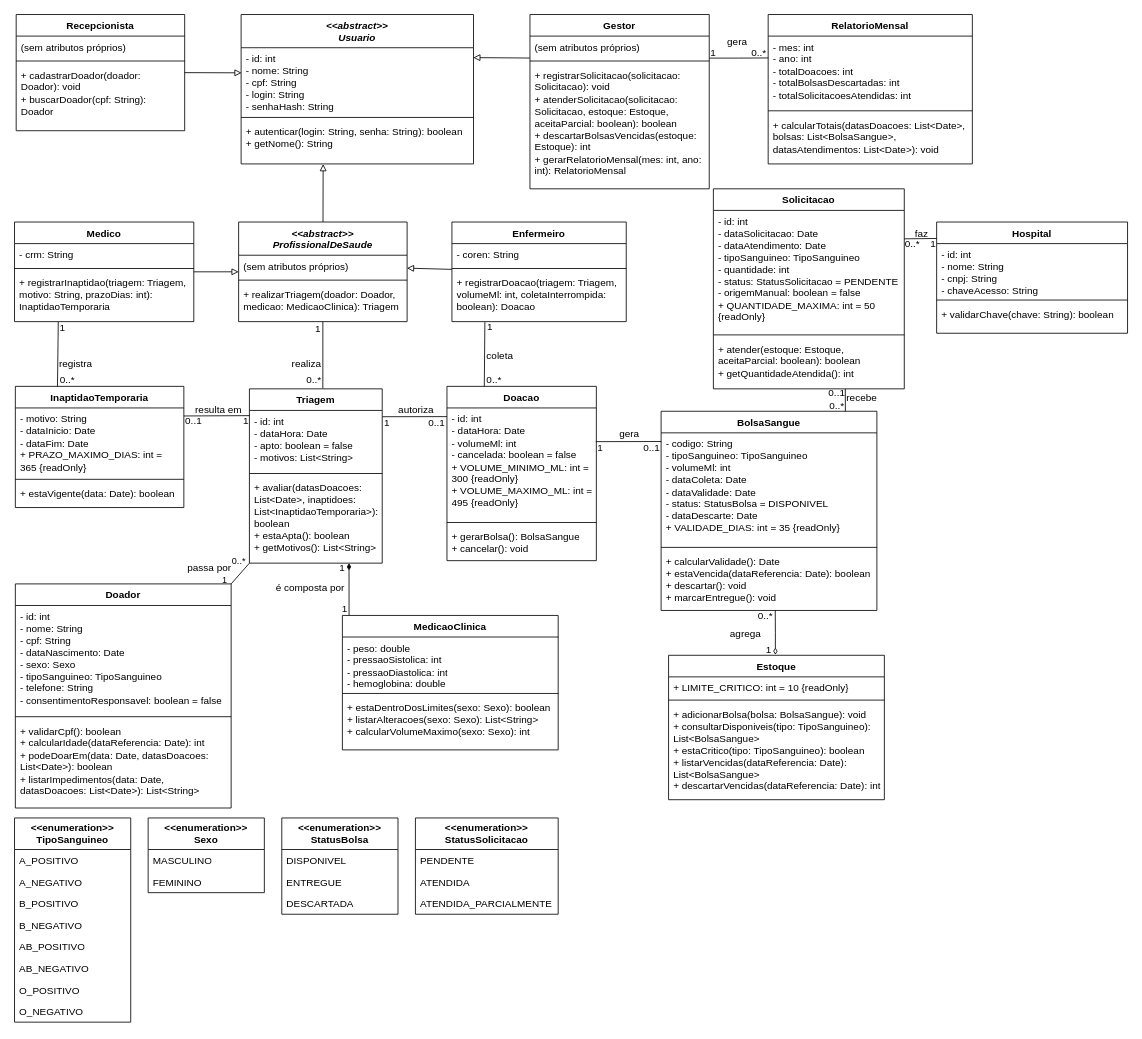
This is docs/diagrama-de-classes.drawio from Grabiie/hemocontrol, a draw.io file, before an edit. Source tidied: cells renumbered, new cells numbered last; positions are measured from the earlier drawing's top-left corner, leaving out a move shared by most shapes. Both pictures are drawn from the tidied source at 83%, with x=0, y=0 at pixel (14, 14).
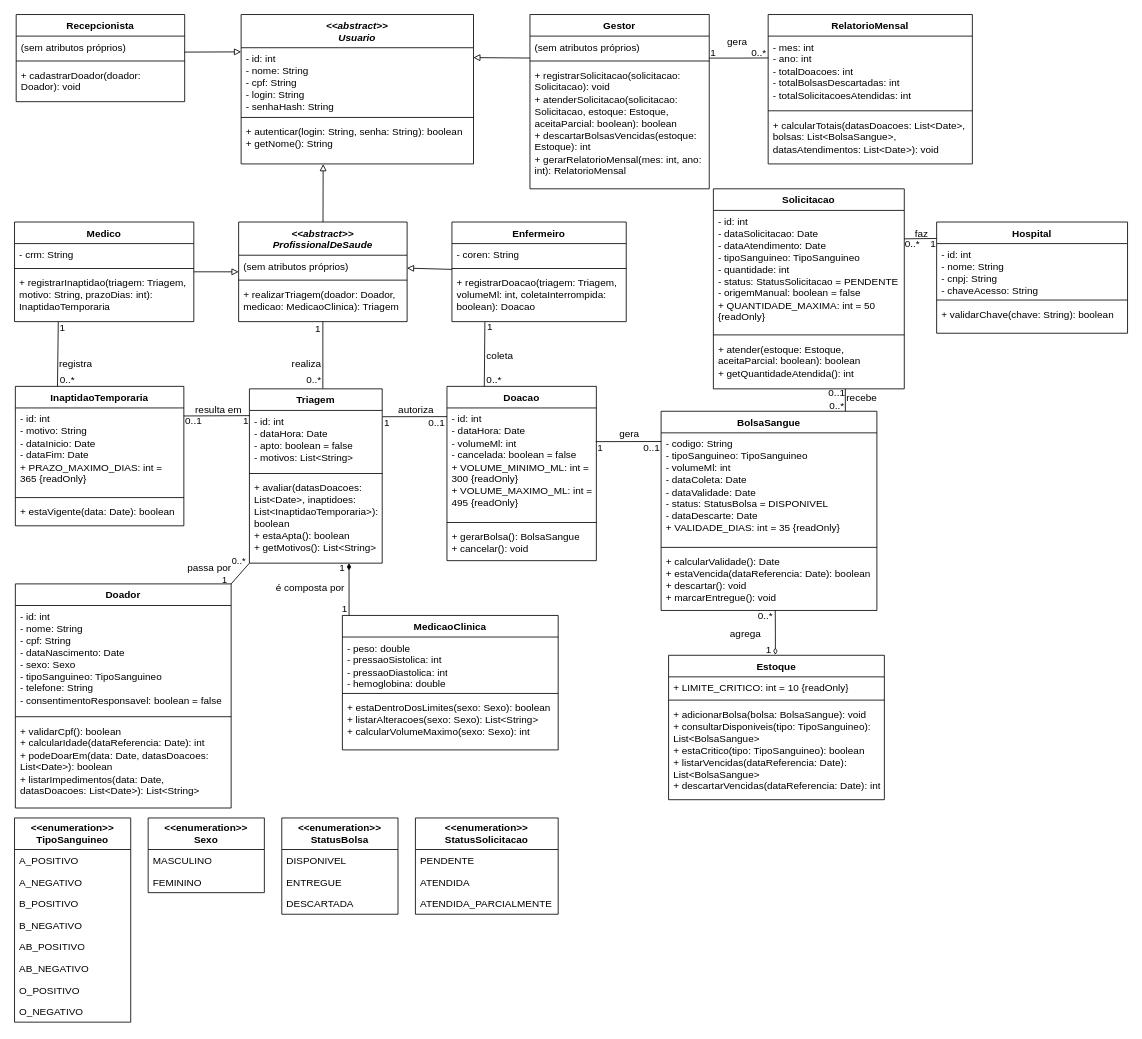
The same page after the edit.

Commit message (it also covers changes not shown here):
docs: alinha diagrama de classes ao código

Unchanged cells that the change refers to:
```xml
<mxCell id="2" value="&lt;i&gt;&amp;lt;&amp;lt;abstract&amp;gt;&amp;gt;&lt;br&gt;Usuario&lt;/i&gt;" style="swimlane;fontStyle=1;align=center;verticalAlign=top;horizontal=1;startSize=40;whiteSpace=wrap;html=1;" parent="1" vertex="1">
  <mxGeometry x="273" width="280" height="180" as="geometry" />
</mxCell>
<mxCell id="3" value="- id: int&lt;br/&gt;- nome: String&lt;br/&gt;- cpf: String&lt;br/&gt;- login: String&lt;br/&gt;- senhaHash: String" style="text;strokeColor=none;fillColor=none;align=left;verticalAlign=top;spacingLeft=4;spacingRight=4;overflow=hidden;points=[[0,0.5],[1,0.5]];portConstraint=eastwest;whiteSpace=wrap;html=1;" parent="2" vertex="1">
  <mxGeometry y="40" width="280" height="80" as="geometry" />
</mxCell>
<mxCell id="8" value="(sem atributos próprios)&lt;div&gt;&lt;br/&gt;&lt;/div&gt;" style="text;strokeColor=none;fillColor=none;align=left;verticalAlign=top;spacingLeft=4;spacingRight=4;overflow=hidden;points=[[0,0.5],[1,0.5]];portConstraint=eastwest;whiteSpace=wrap;html=1;" parent="7" vertex="1">
  <mxGeometry y="26" width="203" height="26" as="geometry" />
</mxCell>
<mxCell id="43" value="- id: int&lt;br&gt;- dataHora: Date&lt;br&gt;- apto: boolean = false&lt;br&gt;- motivos: List&amp;lt;String&amp;gt;" style="text;strokeColor=none;fillColor=none;align=left;verticalAlign=top;spacingLeft=4;spacingRight=4;overflow=hidden;points=[[0,0.5],[1,0.5]];portConstraint=eastwest;whiteSpace=wrap;html=1;" parent="42" vertex="1">
  <mxGeometry y="26" width="160" height="72" as="geometry" />
</mxCell>
```

What changed in the source:
```diff
@@
-    <mxCell id="6" style="rounded=0;jettySize=auto;html=1;defaultLabelBackgroundColor=page;entryX=0.002;entryY=0.378;entryDx=0;entryDy=0;entryPerimeter=0;exitX=1;exitY=0.5;exitDx=0;exitDy=0;endArrow=block;endFill=0;" parent="1" edge="1" source="7" target="3">
+    <mxCell id="6" style="rounded=0;jettySize=auto;html=1;defaultLabelBackgroundColor=page;endArrow=block;endFill=0;entryX=0;entryY=0.25;entryDx=0;entryDy=0;exitX=0.999;exitY=0.741;exitDx=0;exitDy=0;exitPerimeter=0;" parent="1" edge="1" source="8" target="2">
       <mxGeometry relative="1" as="geometry" />
     </mxCell>
     <mxCell id="7" value="Recepcionista" style="swimlane;fontStyle=1;align=center;verticalAlign=top;horizontal=1;startSize=26;whiteSpace=wrap;html=1;" parent="1" vertex="1">
-      <mxGeometry x="2" width="203" height="140" as="geometry" />
+      <mxGeometry x="2" width="203" height="105" as="geometry" />
     </mxCell>
@@
-    <mxCell id="10" value="+ cadastrarDoador(doador: Doador): void&lt;br/&gt;+ buscarDoador(cpf: String): Doador" style="text;strokeColor=none;fillColor=none;align=left;verticalAlign=top;spacingLeft=4;spacingRight=4;overflow=hidden;whiteSpace=wrap;html=1;" parent="7" vertex="1">
-      <mxGeometry y="60" width="203" height="80" as="geometry" />
+    <mxCell id="10" value="+ cadastrarDoador(doador: Doador): void" style="text;strokeColor=none;fillColor=none;align=left;verticalAlign=top;spacingLeft=4;spacingRight=4;overflow=hidden;whiteSpace=wrap;html=1;" parent="7" vertex="1">
+      <mxGeometry y="60" width="203" height="45" as="geometry" />
     </mxCell>
@@
     <mxCell id="46" value="InaptidaoTemporaria&lt;div&gt;&lt;br/&gt;&lt;/div&gt;" style="swimlane;fontStyle=1;align=center;verticalAlign=top;horizontal=1;startSize=26;whiteSpace=wrap;html=1;" parent="1" vertex="1">
-      <mxGeometry x="1" y="448" width="203" height="146" as="geometry" />
+      <mxGeometry x="1" y="448" width="203" height="168" as="geometry" />
     </mxCell>
-    <mxCell id="47" value="- motivo: String&lt;br&gt;- dataInicio: Date&lt;br&gt;- dataFim: Date&lt;br&gt;+ PRAZO_MAXIMO_DIAS: int = 365 {readOnly}" style="text;strokeColor=none;fillColor=none;align=left;verticalAlign=top;spacingLeft=4;spacingRight=4;overflow=hidden;points=[[0,0.5],[1,0.5]];portConstraint=eastwest;whiteSpace=wrap;html=1;" parent="46" vertex="1">
-      <mxGeometry y="26" width="203" height="82" as="geometry" />
+    <mxCell id="47" value="- id: int&lt;br&gt;- motivo: String&lt;br&gt;- dataInicio: Date&lt;br&gt;- dataFim: Date&lt;br&gt;+ PRAZO_MAXIMO_DIAS: int = 365 {readOnly}" style="text;strokeColor=none;fillColor=none;align=left;verticalAlign=top;spacingLeft=4;spacingRight=4;overflow=hidden;points=[[0,0.5],[1,0.5]];portConstraint=eastwest;whiteSpace=wrap;html=1;" parent="46" vertex="1">
+      <mxGeometry y="26" width="203" height="104" as="geometry" />
     </mxCell>
     <mxCell id="48" style="line;strokeWidth=1;fillColor=none;align=left;verticalAlign=middle;spacingTop=-1;spacingLeft=3;spacingRight=3;labelPosition=right;strokeColor=inherit;labelPerimeter=1;" parent="46" vertex="1">
-      <mxGeometry y="108" width="203" height="8" as="geometry" />
+      <mxGeometry y="130" width="203" height="8" as="geometry" />
     </mxCell>
     <mxCell id="49" value="+ estaVigente(data: Date): boolean" style="text;strokeColor=none;fillColor=none;align=left;verticalAlign=top;spacingLeft=4;spacingRight=4;overflow=hidden;whiteSpace=wrap;html=1;" parent="46" vertex="1">
-      <mxGeometry y="116" width="203" height="30" as="geometry" />
+      <mxGeometry y="138" width="203" height="30" as="geometry" />
     </mxCell>
@@
-    <mxCell id="101" style="rounded=0;jettySize=auto;html=1;exitX=0.002;exitY=0.087;exitDx=0;exitDy=0;entryX=1;entryY=0.118;entryDx=0;entryDy=0;entryPerimeter=0;defaultLabelBackgroundColor=page;endArrow=none;endFill=0;exitPerimeter=0;" parent="1" edge="1" source="43" target="47">
+    <mxCell id="101" style="rounded=0;jettySize=auto;html=1;exitX=0.002;exitY=0.087;exitDx=0;exitDy=0;entryX=0.999;entryY=0.093;entryDx=0;entryDy=0;entryPerimeter=0;defaultLabelBackgroundColor=page;endArrow=none;endFill=0;exitPerimeter=0;" parent="1" edge="1" source="43" target="47">
       <mxGeometry relative="1" as="geometry" />
     </mxCell>
```
